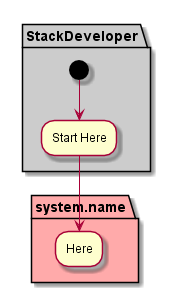
This is docs/Actors/StackDeveloper/Activity.png from CAADE/C3, a PlantUML export, as it was before one commit. Source of this version:
```plantuml
@startuml


partition "StackDeveloper"  #cccccc {
  (*) --> "Start Here"
}

partition "system.name" #ffaaaa {
  "Start Here" --> "Here"
}

@enduml
```
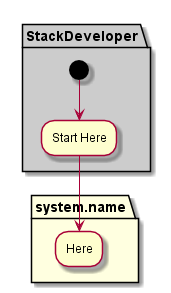
After the change.

Diff of the diagram source:
```diff
@@ -5,7 +5,7 @@
   (*) --> "Start Here"
 }
 
-partition "system.name" #ffaaaa {
+partition "system.name" #lightyellow {
   "Start Here" --> "Here"
 }
 
```
